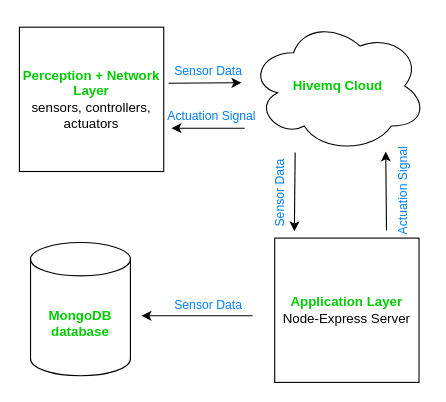
Earlier version of the draw.io diagram Untitled Diagram.drawio (amarakamara/waterwatch). Source tidied: cells renumbered, new cells numbered last; positions are measured from the earlier drawing's top-left corner, leaving out a move shared by most shapes. Both pictures are drawn from the tidied source at 111%, with x=0, y=0 at pixel (19, 19).
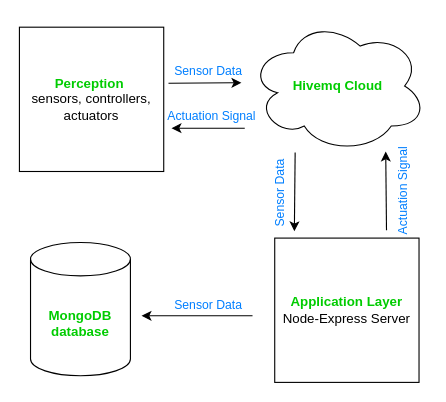
Above is the later version.

The edit, as a diff of the source:
```diff
@@
-    <mxCell id="2" value="&lt;font color=&quot;#00cc00&quot;&gt;&lt;b&gt;Perception + Network Layer&lt;/b&gt;&lt;/font&gt;&lt;br&gt;&lt;div&gt;sensors, controllers,&lt;/div&gt;&lt;div&gt;actuators&lt;/div&gt;" style="whiteSpace=wrap;html=1;" parent="1" vertex="1">
+    <mxCell id="2" value="&lt;font color=&quot;#00cc00&quot;&gt;&lt;b&gt;Perception&amp;nbsp;&lt;/b&gt;&lt;/font&gt;&lt;br&gt;&lt;div&gt;sensors, controllers,&lt;/div&gt;&lt;div&gt;actuators&lt;/div&gt;" style="whiteSpace=wrap;html=1;" parent="1" vertex="1">
       <mxGeometry y="7" width="130" height="130" as="geometry" />
     </mxCell>
```
